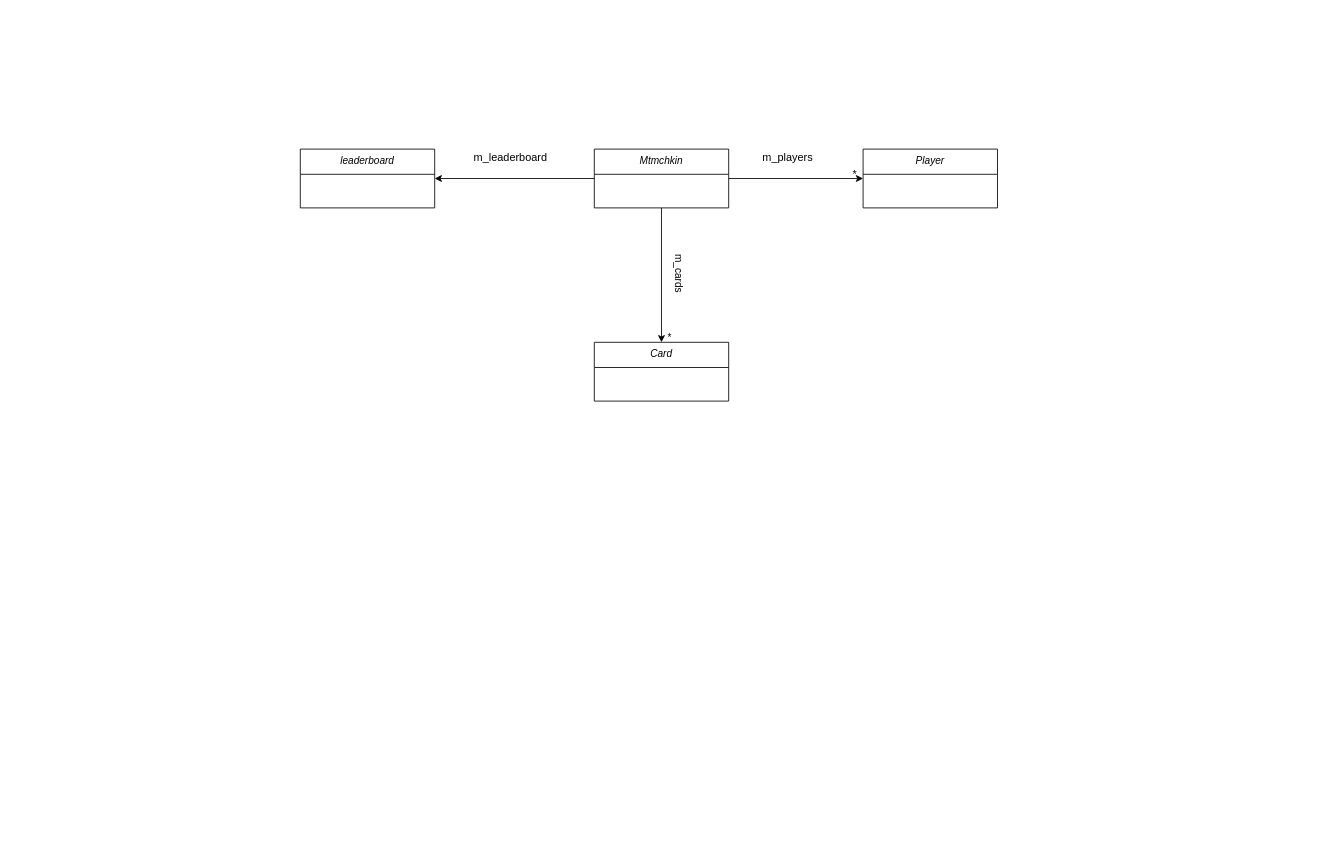
The draw.io diagram hw_4_uml.drawio in tomash516/diagram, before the edit. Source tidied: cells renumbered, new cells numbered last; positions are measured from the earlier drawing's top-left corner, leaving out a move shared by most shapes. Both pictures are drawn from the tidied source at 84%, with x=0, y=0 at pixel (300, 149).
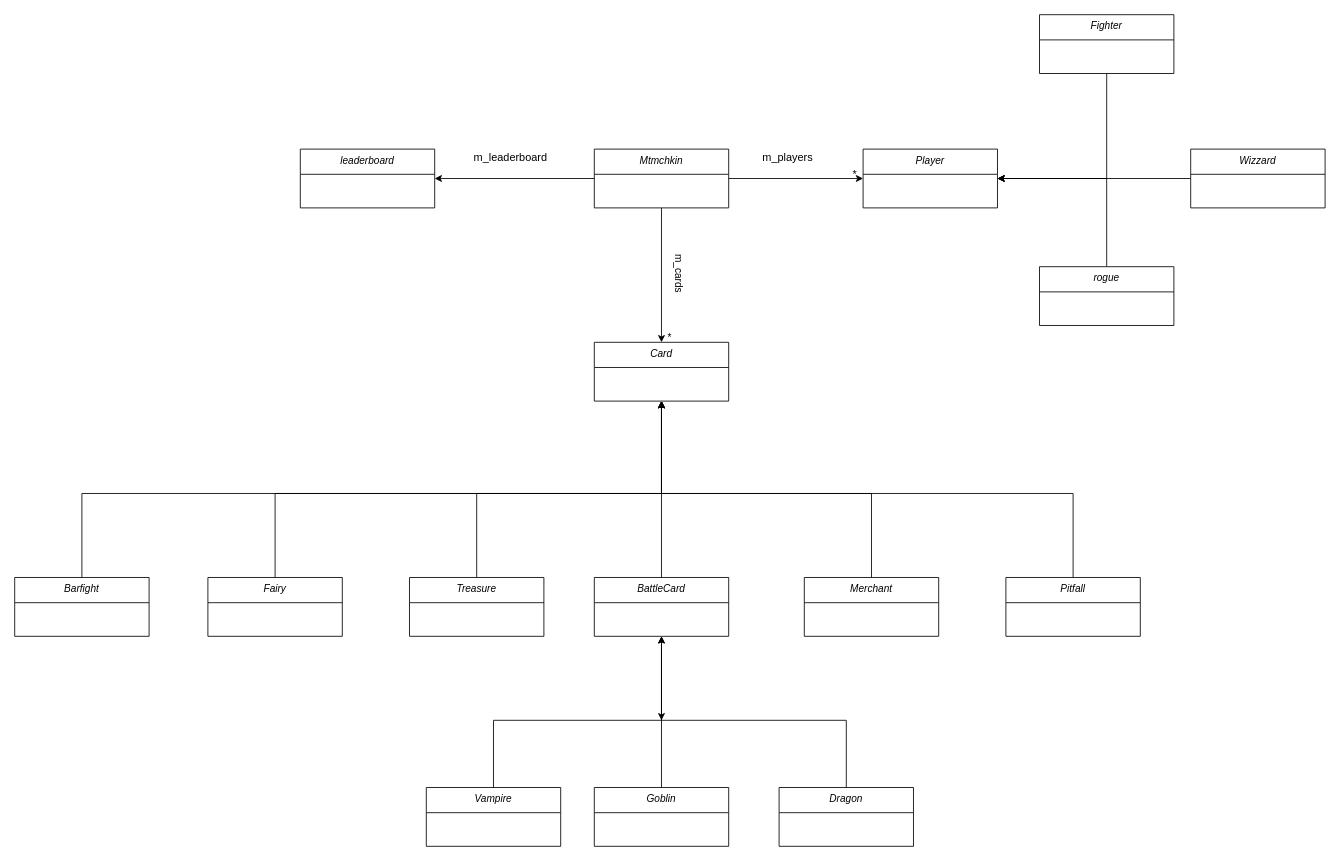
The same page after the edit.

Unchanged cells that the change refers to:
```xml
<mxCell id="7" value="Player" style="swimlane;fontStyle=2;align=center;verticalAlign=top;horizontal=1;startSize=30;rounded=0;shadow=0;strokeWidth=1;" parent="1" vertex="1">
  <mxGeometry x="670" width="160" height="70" as="geometry" />
</mxCell>
<mxCell id="9" value="Card" style="swimlane;fontStyle=2;align=center;verticalAlign=top;horizontal=1;startSize=30;rounded=0;shadow=0;strokeWidth=1;" parent="1" vertex="1">
  <mxGeometry x="350" y="230" width="160" height="70" as="geometry" />
</mxCell>
```

What changed in the source:
```diff
@@
+    <mxCell id="14" style="edgeStyle=orthogonalEdgeStyle;rounded=0;jettySize=auto;html=1;entryX=1;entryY=0.5;entryDx=0;entryDy=0;fontSize=13;" parent="1" edge="1" source="15" target="7">
+      <mxGeometry relative="1" as="geometry" />
+    </mxCell>
+    <mxCell id="15" value="Wizzard" style="swimlane;fontStyle=2;align=center;verticalAlign=top;horizontal=1;startSize=30;rounded=0;shadow=0;strokeWidth=1;" parent="1" vertex="1">
+      <mxGeometry x="1060" width="160" height="70" as="geometry" />
+    </mxCell>
+    <mxCell id="16" style="edgeStyle=orthogonalEdgeStyle;rounded=0;jettySize=auto;html=1;fontSize=13;entryX=1;entryY=0.5;entryDx=0;entryDy=0;" parent="1" edge="1" source="17" target="7">
+      <mxGeometry relative="1" as="geometry">
+        <Array as="points">
+          <mxPoint x="960" y="35" />
+        </Array>
+      </mxGeometry>
+    </mxCell>
+    <mxCell id="17" value="Fighter" style="swimlane;fontStyle=2;align=center;verticalAlign=top;horizontal=1;startSize=30;rounded=0;shadow=0;strokeWidth=1;" parent="1" vertex="1">
+      <mxGeometry x="880" y="-160" width="160" height="70" as="geometry" />
+    </mxCell>
+    <mxCell id="18" style="edgeStyle=orthogonalEdgeStyle;rounded=0;jettySize=auto;html=1;fontSize=13;entryX=1;entryY=0.5;entryDx=0;entryDy=0;" parent="1" edge="1" source="19" target="7">
+      <mxGeometry relative="1" as="geometry">
+        <Array as="points">
+          <mxPoint x="960" y="35" />
+        </Array>
+      </mxGeometry>
+    </mxCell>
+    <mxCell id="19" value="rogue" style="swimlane;fontStyle=2;align=center;verticalAlign=top;horizontal=1;startSize=30;rounded=0;shadow=0;strokeWidth=1;" parent="1" vertex="1">
+      <mxGeometry x="880" y="140" width="160" height="70" as="geometry" />
+    </mxCell>
+    <mxCell id="20" style="edgeStyle=orthogonalEdgeStyle;rounded=0;jettySize=auto;html=1;entryX=0.5;entryY=1;entryDx=0;entryDy=0;fontSize=13;" parent="1" edge="1" source="21" target="9">
+      <mxGeometry relative="1" as="geometry" />
+    </mxCell>
+    <mxCell id="21" value="BattleCard" style="swimlane;fontStyle=2;align=center;verticalAlign=top;horizontal=1;startSize=30;rounded=0;shadow=0;strokeWidth=1;" parent="1" vertex="1">
+      <mxGeometry x="350" y="510" width="160" height="70" as="geometry" />
+    </mxCell>
+    <mxCell id="22" style="edgeStyle=orthogonalEdgeStyle;rounded=0;jettySize=auto;html=1;entryX=0.5;entryY=1;entryDx=0;entryDy=0;fontSize=13;" parent="1" edge="1" source="23" target="9">
+      <mxGeometry relative="1" as="geometry">
+        <Array as="points">
+          <mxPoint x="920" y="410" />
+          <mxPoint x="430" y="410" />
+        </Array>
+      </mxGeometry>
+    </mxCell>
+    <mxCell id="23" value="Pitfall" style="swimlane;fontStyle=2;align=center;verticalAlign=top;horizontal=1;startSize=30;rounded=0;shadow=0;strokeWidth=1;" parent="1" vertex="1">
+      <mxGeometry x="840" y="510" width="160" height="70" as="geometry" />
+    </mxCell>
+    <mxCell id="24" style="edgeStyle=orthogonalEdgeStyle;rounded=0;jettySize=auto;html=1;fontSize=13;entryX=0.5;entryY=1;entryDx=0;entryDy=0;" parent="1" edge="1" source="25" target="9">
+      <mxGeometry relative="1" as="geometry">
+        <Array as="points">
+          <mxPoint x="680" y="410" />
+          <mxPoint x="430" y="410" />
+        </Array>
+      </mxGeometry>
+    </mxCell>
+    <mxCell id="25" value="Merchant" style="swimlane;fontStyle=2;align=center;verticalAlign=top;horizontal=1;startSize=30;rounded=0;shadow=0;strokeWidth=1;" parent="1" vertex="1">
+      <mxGeometry x="600" y="510" width="160" height="70" as="geometry" />
+    </mxCell>
+    <mxCell id="26" style="edgeStyle=orthogonalEdgeStyle;rounded=0;jettySize=auto;html=1;entryX=0.5;entryY=1;entryDx=0;entryDy=0;fontSize=13;" parent="1" edge="1" source="27" target="9">
+      <mxGeometry relative="1" as="geometry">
+        <Array as="points">
+          <mxPoint x="210" y="410" />
+          <mxPoint x="430" y="410" />
+        </Array>
+      </mxGeometry>
+    </mxCell>
+    <mxCell id="27" value="Treasure" style="swimlane;fontStyle=2;align=center;verticalAlign=top;horizontal=1;startSize=30;rounded=0;shadow=0;strokeWidth=1;" parent="1" vertex="1">
+      <mxGeometry x="130" y="510" width="160" height="70" as="geometry" />
+    </mxCell>
+    <mxCell id="28" style="edgeStyle=orthogonalEdgeStyle;rounded=0;jettySize=auto;html=1;entryX=0.5;entryY=1;entryDx=0;entryDy=0;fontSize=13;" parent="1" edge="1" source="29" target="9">
+      <mxGeometry relative="1" as="geometry">
+        <Array as="points">
+          <mxPoint x="-30" y="410" />
+          <mxPoint x="430" y="410" />
+        </Array>
+      </mxGeometry>
+    </mxCell>
+    <mxCell id="29" value="Fairy" style="swimlane;fontStyle=2;align=center;verticalAlign=top;horizontal=1;startSize=30;rounded=0;shadow=0;strokeWidth=1;" parent="1" vertex="1">
+      <mxGeometry x="-110" y="510" width="160" height="70" as="geometry" />
+    </mxCell>
+    <mxCell id="30" style="edgeStyle=orthogonalEdgeStyle;rounded=0;jettySize=auto;html=1;fontSize=13;" parent="1" edge="1" source="31">
+      <mxGeometry relative="1" as="geometry">
+        <mxPoint x="430" y="300" as="targetPoint" />
+        <Array as="points">
+          <mxPoint x="-260" y="410" />
+          <mxPoint x="430" y="410" />
+        </Array>
+      </mxGeometry>
+    </mxCell>
+    <mxCell id="31" value="Barfight" style="swimlane;fontStyle=2;align=center;verticalAlign=top;horizontal=1;startSize=30;rounded=0;shadow=0;strokeWidth=1;" parent="1" vertex="1">
+      <mxGeometry x="-340" y="510" width="160" height="70" as="geometry" />
+    </mxCell>
+    <mxCell id="32" style="edgeStyle=orthogonalEdgeStyle;rounded=0;jettySize=auto;html=1;fontSize=13;" parent="1" edge="1" source="33">
+      <mxGeometry relative="1" as="geometry">
+        <mxPoint x="430" y="680" as="targetPoint" />
+        <Array as="points">
+          <mxPoint x="430" y="590" />
+          <mxPoint x="430" y="590" />
+        </Array>
+      </mxGeometry>
+    </mxCell>
+    <mxCell id="33" value="Goblin" style="swimlane;fontStyle=2;align=center;verticalAlign=top;horizontal=1;startSize=30;rounded=0;shadow=0;strokeWidth=1;" parent="1" vertex="1">
+      <mxGeometry x="350" y="760" width="160" height="70" as="geometry" />
+    </mxCell>
+    <mxCell id="34" style="edgeStyle=orthogonalEdgeStyle;rounded=0;jettySize=auto;html=1;entryX=0.5;entryY=1;entryDx=0;entryDy=0;fontSize=13;" parent="1" edge="1" source="35" target="21">
+      <mxGeometry relative="1" as="geometry">
+        <Array as="points">
+          <mxPoint x="650" y="680" />
+          <mxPoint x="430" y="680" />
+        </Array>
+      </mxGeometry>
+    </mxCell>
+    <mxCell id="35" value="Dragon" style="swimlane;fontStyle=2;align=center;verticalAlign=top;horizontal=1;startSize=30;rounded=0;shadow=0;strokeWidth=1;" parent="1" vertex="1">
+      <mxGeometry x="570" y="760" width="160" height="70" as="geometry" />
+    </mxCell>
+    <mxCell id="36" style="edgeStyle=orthogonalEdgeStyle;rounded=0;jettySize=auto;html=1;entryX=0.5;entryY=1;entryDx=0;entryDy=0;fontSize=13;" parent="1" edge="1" source="37" target="21">
+      <mxGeometry relative="1" as="geometry">
+        <Array as="points">
+          <mxPoint x="230" y="680" />
+          <mxPoint x="430" y="680" />
+        </Array>
+      </mxGeometry>
+    </mxCell>
+    <mxCell id="37" value="Vampire" style="swimlane;fontStyle=2;align=center;verticalAlign=top;horizontal=1;startSize=30;rounded=0;shadow=0;strokeWidth=1;" parent="1" vertex="1">
+      <mxGeometry x="150" y="760" width="160" height="70" as="geometry" />
+    </mxCell>
```
